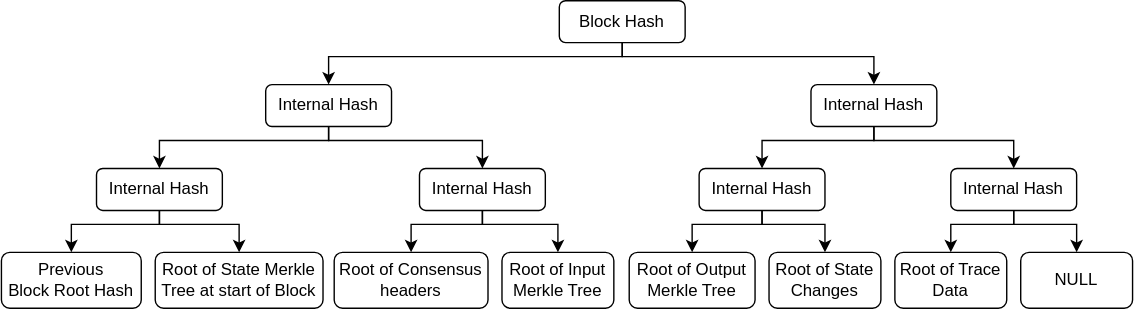
Above: assets/hip-1056/root-hashes.svg in hiero-ledger/hiero-improvement-proposals (draw.io), before the change. Source tidied: cells renumbered, new cells last; positions are measured from the earlier drawing's top-left corner, leaving out a move shared by most shapes.
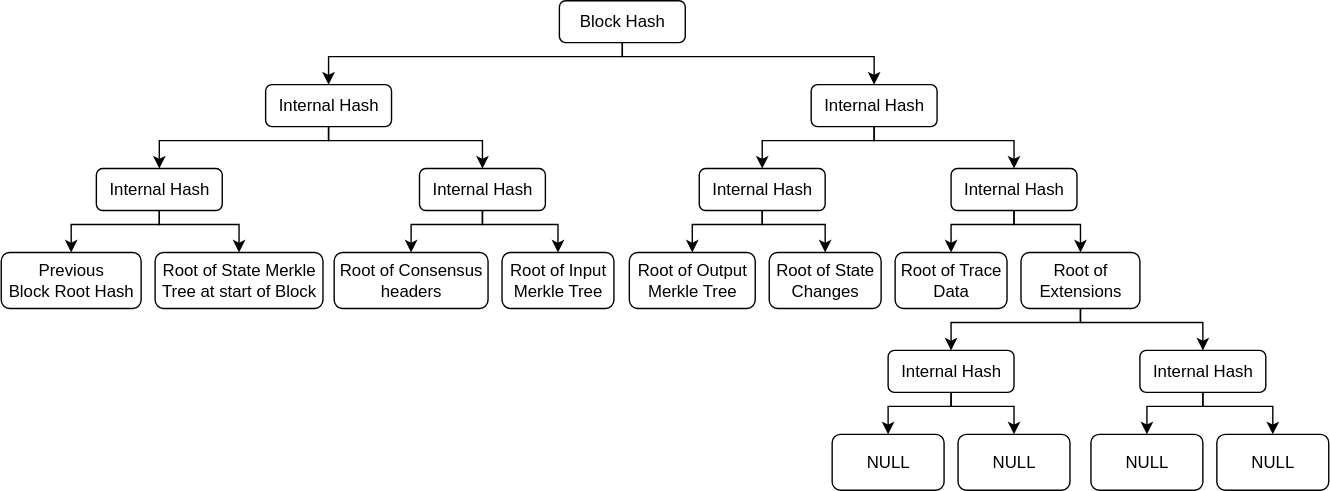
Above is the later version.

Change to the diagram source:
```diff
@@ -1,20 +1,20 @@
-<mxGraphModel>
+<mxGraphModel background="#ffffff">
   <root>
     <mxCell id="0" />
     <mxCell id="1" parent="0" />
-    <mxCell id="2" value="Previous &lt;br&gt;Block Root Hash" style="rounded=1;whiteSpace=wrap;html=1;" parent="1" vertex="1">
+    <mxCell id="2" value="Previous &lt;br&gt;Block Root Hash" style="rounded=1;whiteSpace=wrap;html=1;labelBackgroundColor=none;" parent="1" vertex="1">
       <mxGeometry y="180" width="100" height="40" as="geometry" />
     </mxCell>
-    <mxCell id="3" value="Root of State Merkle Tree at start of Block" style="rounded=1;whiteSpace=wrap;html=1;" parent="1" vertex="1">
+    <mxCell id="3" value="Root of State Merkle Tree at start of Block" style="rounded=1;whiteSpace=wrap;html=1;labelBackgroundColor=none;" parent="1" vertex="1">
       <mxGeometry x="110" y="180" width="120" height="40" as="geometry" />
     </mxCell>
-    <mxCell id="4" value="Root of Consensus headers" style="rounded=1;whiteSpace=wrap;html=1;" parent="1" vertex="1">
+    <mxCell id="4" value="Root of Consensus headers" style="rounded=1;whiteSpace=wrap;html=1;labelBackgroundColor=none;" parent="1" vertex="1">
       <mxGeometry x="238" y="180" width="110" height="40" as="geometry" />
     </mxCell>
-    <mxCell id="5" value="Root of Input Merkle Tree" style="rounded=1;whiteSpace=wrap;html=1;" parent="1" vertex="1">
+    <mxCell id="5" value="Root of Input Merkle Tree" style="rounded=1;whiteSpace=wrap;html=1;labelBackgroundColor=none;" parent="1" vertex="1">
       <mxGeometry x="358" y="180" width="80" height="40" as="geometry" />
     </mxCell>
-    <mxCell id="6" style="edgeStyle=orthogonalEdgeStyle;rounded=0;jettySize=auto;html=1;entryX=0.5;entryY=0;entryDx=0;entryDy=0;exitX=0.5;exitY=1;exitDx=0;exitDy=0;" parent="1" edge="1" source="8" target="2">
+    <mxCell id="6" style="edgeStyle=orthogonalEdgeStyle;rounded=0;jettySize=auto;html=1;entryX=0.5;entryY=0;entryDx=0;entryDy=0;exitX=0.5;exitY=1;exitDx=0;exitDy=0;labelBackgroundColor=none;fontColor=default;" parent="1" edge="1" source="8" target="2">
       <mxGeometry relative="1" as="geometry">
         <Array as="points">
           <mxPoint x="113" y="160" />
@@ -22,7 +22,7 @@
         </Array>
       </mxGeometry>
     </mxCell>
-    <mxCell id="7" style="edgeStyle=orthogonalEdgeStyle;rounded=0;jettySize=auto;html=1;entryX=0.5;entryY=0;entryDx=0;entryDy=0;exitX=0.5;exitY=1;exitDx=0;exitDy=0;" parent="1" edge="1" source="8" target="3">
+    <mxCell id="7" style="edgeStyle=orthogonalEdgeStyle;rounded=0;jettySize=auto;html=1;entryX=0.5;entryY=0;entryDx=0;entryDy=0;exitX=0.5;exitY=1;exitDx=0;exitDy=0;labelBackgroundColor=none;fontColor=default;" parent="1" edge="1" source="8" target="3">
       <mxGeometry relative="1" as="geometry">
         <Array as="points">
           <mxPoint x="113" y="160" />
@@ -30,10 +30,10 @@
         </Array>
       </mxGeometry>
     </mxCell>
-    <mxCell id="8" value="Internal Hash" style="rounded=1;whiteSpace=wrap;html=1;" parent="1" vertex="1">
+    <mxCell id="8" value="Internal Hash" style="rounded=1;whiteSpace=wrap;html=1;labelBackgroundColor=none;" parent="1" vertex="1">
       <mxGeometry x="68" y="120" width="90" height="30" as="geometry" />
     </mxCell>
-    <mxCell id="9" style="edgeStyle=orthogonalEdgeStyle;rounded=0;jettySize=auto;html=1;entryX=0.5;entryY=0;entryDx=0;entryDy=0;exitX=0.5;exitY=1;exitDx=0;exitDy=0;" parent="1" edge="1" source="11" target="4">
+    <mxCell id="9" style="edgeStyle=orthogonalEdgeStyle;rounded=0;jettySize=auto;html=1;entryX=0.5;entryY=0;entryDx=0;entryDy=0;exitX=0.5;exitY=1;exitDx=0;exitDy=0;labelBackgroundColor=none;fontColor=default;" parent="1" edge="1" source="11" target="4">
       <mxGeometry relative="1" as="geometry">
         <Array as="points">
           <mxPoint x="344" y="160" />
@@ -41,7 +41,7 @@
         </Array>
       </mxGeometry>
     </mxCell>
-    <mxCell id="10" style="edgeStyle=orthogonalEdgeStyle;rounded=0;jettySize=auto;html=1;entryX=0.5;entryY=0;entryDx=0;entryDy=0;" parent="1" edge="1" source="11" target="5">
+    <mxCell id="10" style="edgeStyle=orthogonalEdgeStyle;rounded=0;jettySize=auto;html=1;entryX=0.5;entryY=0;entryDx=0;entryDy=0;labelBackgroundColor=none;fontColor=default;" parent="1" edge="1" source="11" target="5">
       <mxGeometry relative="1" as="geometry">
         <Array as="points">
           <mxPoint x="344" y="160" />
@@ -49,22 +49,19 @@
         </Array>
       </mxGeometry>
     </mxCell>
-    <mxCell id="11" value="Internal Hash" style="rounded=1;whiteSpace=wrap;html=1;" parent="1" vertex="1">
+    <mxCell id="11" value="Internal Hash" style="rounded=1;whiteSpace=wrap;html=1;labelBackgroundColor=none;" parent="1" vertex="1">
       <mxGeometry x="299" y="120" width="90" height="30" as="geometry" />
     </mxCell>
-    <mxCell id="12" value="Root of Output Merkle Tree" style="rounded=1;whiteSpace=wrap;html=1;" parent="1" vertex="1">
+    <mxCell id="12" value="Root of Output Merkle Tree" style="rounded=1;whiteSpace=wrap;html=1;labelBackgroundColor=none;" parent="1" vertex="1">
       <mxGeometry x="449" y="180" width="90" height="40" as="geometry" />
     </mxCell>
-    <mxCell id="13" value="Root of State Changes" style="rounded=1;whiteSpace=wrap;html=1;" parent="1" vertex="1">
+    <mxCell id="13" value="Root of State Changes" style="rounded=1;whiteSpace=wrap;html=1;labelBackgroundColor=none;" parent="1" vertex="1">
       <mxGeometry x="549" y="180" width="80" height="40" as="geometry" />
     </mxCell>
-    <mxCell id="14" value="Root of Trace Data" style="rounded=1;whiteSpace=wrap;html=1;" parent="1" vertex="1">
+    <mxCell id="14" value="Root of Trace Data" style="rounded=1;whiteSpace=wrap;html=1;labelBackgroundColor=none;" parent="1" vertex="1">
       <mxGeometry x="639" y="180" width="80" height="40" as="geometry" />
     </mxCell>
-    <mxCell id="15" value="NULL" style="rounded=1;whiteSpace=wrap;html=1;" parent="1" vertex="1">
-      <mxGeometry x="729" y="180" width="80" height="40" as="geometry" />
-    </mxCell>
-    <mxCell id="16" style="edgeStyle=orthogonalEdgeStyle;rounded=0;jettySize=auto;html=1;entryX=0.5;entryY=0;entryDx=0;entryDy=0;" parent="1" edge="1" source="18" target="12">
+    <mxCell id="16" style="edgeStyle=orthogonalEdgeStyle;rounded=0;jettySize=auto;html=1;entryX=0.5;entryY=0;entryDx=0;entryDy=0;labelBackgroundColor=none;fontColor=default;" parent="1" edge="1" source="18" target="12">
       <mxGeometry relative="1" as="geometry">
         <Array as="points">
           <mxPoint x="544" y="160" />
@@ -72,7 +69,7 @@
         </Array>
       </mxGeometry>
     </mxCell>
-    <mxCell id="17" style="edgeStyle=orthogonalEdgeStyle;rounded=0;jettySize=auto;html=1;entryX=0.5;entryY=0;entryDx=0;entryDy=0;" parent="1" edge="1" source="18" target="13">
+    <mxCell id="17" style="edgeStyle=orthogonalEdgeStyle;rounded=0;jettySize=auto;html=1;entryX=0.5;entryY=0;entryDx=0;entryDy=0;labelBackgroundColor=none;fontColor=default;" parent="1" edge="1" source="18" target="13">
       <mxGeometry relative="1" as="geometry">
         <Array as="points">
           <mxPoint x="544" y="160" />
@@ -80,10 +77,10 @@
         </Array>
       </mxGeometry>
     </mxCell>
-    <mxCell id="18" value="Internal Hash" style="rounded=1;whiteSpace=wrap;html=1;" parent="1" vertex="1">
+    <mxCell id="18" value="Internal Hash" style="rounded=1;whiteSpace=wrap;html=1;labelBackgroundColor=none;" parent="1" vertex="1">
       <mxGeometry x="499" y="120" width="90" height="30" as="geometry" />
     </mxCell>
-    <mxCell id="19" style="edgeStyle=orthogonalEdgeStyle;rounded=0;jettySize=auto;html=1;entryX=0.5;entryY=0;entryDx=0;entryDy=0;" parent="1" edge="1" source="21" target="14">
+    <mxCell id="19" style="edgeStyle=orthogonalEdgeStyle;rounded=0;jettySize=auto;html=1;entryX=0.5;entryY=0;entryDx=0;entryDy=0;labelBackgroundColor=none;fontColor=default;" parent="1" edge="1" source="21" target="14">
       <mxGeometry relative="1" as="geometry">
         <Array as="points">
           <mxPoint x="724" y="160" />
@@ -91,18 +88,19 @@
         </Array>
       </mxGeometry>
     </mxCell>
-    <mxCell id="20" style="edgeStyle=orthogonalEdgeStyle;rounded=0;jettySize=auto;html=1;entryX=0.5;entryY=0;entryDx=0;entryDy=0;exitX=0.5;exitY=1;exitDx=0;exitDy=0;" parent="1" edge="1" source="21" target="15">
+    <mxCell id="20" style="edgeStyle=orthogonalEdgeStyle;rounded=0;jettySize=auto;html=1;entryX=0.5;entryY=0;entryDx=0;entryDy=0;exitX=0.5;exitY=1;exitDx=0;exitDy=0;labelBackgroundColor=none;fontColor=default;" parent="1" edge="1" source="21" target="39">
       <mxGeometry relative="1" as="geometry">
         <Array as="points">
           <mxPoint x="724" y="160" />
-          <mxPoint x="769" y="160" />
+          <mxPoint x="772" y="160" />
+          <mxPoint x="772" y="180" />
         </Array>
       </mxGeometry>
     </mxCell>
-    <mxCell id="21" value="Internal Hash" style="rounded=1;whiteSpace=wrap;html=1;" parent="1" vertex="1">
+    <mxCell id="21" value="Internal Hash" style="rounded=1;whiteSpace=wrap;html=1;labelBackgroundColor=none;" parent="1" vertex="1">
       <mxGeometry x="679" y="120" width="90" height="30" as="geometry" />
     </mxCell>
-    <mxCell id="22" style="edgeStyle=orthogonalEdgeStyle;rounded=0;jettySize=auto;html=1;entryX=0.5;entryY=0;entryDx=0;entryDy=0;" parent="1" edge="1" source="24" target="27">
+    <mxCell id="22" style="edgeStyle=orthogonalEdgeStyle;rounded=0;jettySize=auto;html=1;entryX=0.5;entryY=0;entryDx=0;entryDy=0;labelBackgroundColor=none;fontColor=default;" parent="1" edge="1" source="24" target="27">
       <mxGeometry relative="1" as="geometry">
         <Array as="points">
           <mxPoint x="444" y="40" />
@@ -110,7 +108,7 @@
         </Array>
       </mxGeometry>
     </mxCell>
-    <mxCell id="23" style="edgeStyle=orthogonalEdgeStyle;rounded=0;jettySize=auto;html=1;entryX=0.5;entryY=0;entryDx=0;entryDy=0;exitX=0.5;exitY=1;exitDx=0;exitDy=0;" parent="1" edge="1" source="24" target="30">
+    <mxCell id="23" style="edgeStyle=orthogonalEdgeStyle;rounded=0;jettySize=auto;html=1;entryX=0.5;entryY=0;entryDx=0;entryDy=0;exitX=0.5;exitY=1;exitDx=0;exitDy=0;labelBackgroundColor=none;fontColor=default;" parent="1" edge="1" source="24" target="30">
       <mxGeometry relative="1" as="geometry">
         <Array as="points">
           <mxPoint x="444" y="40" />
@@ -118,10 +116,10 @@
         </Array>
       </mxGeometry>
     </mxCell>
-    <mxCell id="24" value="Block Hash" style="rounded=1;whiteSpace=wrap;html=1;" parent="1" vertex="1">
+    <mxCell id="24" value="Block Hash" style="rounded=1;whiteSpace=wrap;html=1;labelBackgroundColor=none;" parent="1" vertex="1">
       <mxGeometry x="399" width="90" height="30" as="geometry" />
     </mxCell>
-    <mxCell id="25" style="edgeStyle=orthogonalEdgeStyle;rounded=0;jettySize=auto;html=1;exitX=0.5;exitY=1;exitDx=0;exitDy=0;entryX=0.5;entryY=0;entryDx=0;entryDy=0;" parent="1" edge="1" source="27" target="11">
+    <mxCell id="25" style="edgeStyle=orthogonalEdgeStyle;rounded=0;jettySize=auto;html=1;exitX=0.5;exitY=1;exitDx=0;exitDy=0;entryX=0.5;entryY=0;entryDx=0;entryDy=0;labelBackgroundColor=none;fontColor=default;" parent="1" edge="1" source="27" target="11">
       <mxGeometry relative="1" as="geometry">
         <Array as="points">
           <mxPoint x="234" y="100" />
@@ -129,7 +127,7 @@
         </Array>
       </mxGeometry>
     </mxCell>
-    <mxCell id="26" style="edgeStyle=orthogonalEdgeStyle;rounded=0;jettySize=auto;html=1;exitX=0.5;exitY=1;exitDx=0;exitDy=0;entryX=0.5;entryY=0;entryDx=0;entryDy=0;" parent="1" edge="1" source="27" target="8">
+    <mxCell id="26" style="edgeStyle=orthogonalEdgeStyle;rounded=0;jettySize=auto;html=1;exitX=0.5;exitY=1;exitDx=0;exitDy=0;entryX=0.5;entryY=0;entryDx=0;entryDy=0;labelBackgroundColor=none;fontColor=default;" parent="1" edge="1" source="27" target="8">
       <mxGeometry relative="1" as="geometry">
         <Array as="points">
           <mxPoint x="234" y="100" />
@@ -137,10 +135,10 @@
         </Array>
       </mxGeometry>
     </mxCell>
-    <mxCell id="27" value="Internal Hash" style="rounded=1;whiteSpace=wrap;html=1;" parent="1" vertex="1">
+    <mxCell id="27" value="Internal Hash" style="rounded=1;whiteSpace=wrap;html=1;labelBackgroundColor=none;" parent="1" vertex="1">
       <mxGeometry x="189" y="60" width="90" height="30" as="geometry" />
     </mxCell>
-    <mxCell id="28" style="edgeStyle=orthogonalEdgeStyle;rounded=0;jettySize=auto;html=1;exitX=0.5;exitY=1;exitDx=0;exitDy=0;entryX=0.5;entryY=0;entryDx=0;entryDy=0;" parent="1" edge="1" source="30" target="18">
+    <mxCell id="28" style="edgeStyle=orthogonalEdgeStyle;rounded=0;jettySize=auto;html=1;exitX=0.5;exitY=1;exitDx=0;exitDy=0;entryX=0.5;entryY=0;entryDx=0;entryDy=0;labelBackgroundColor=none;fontColor=default;" parent="1" edge="1" source="30" target="18">
       <mxGeometry relative="1" as="geometry">
         <Array as="points">
           <mxPoint x="624" y="100" />
@@ -148,7 +146,7 @@
         </Array>
       </mxGeometry>
     </mxCell>
-    <mxCell id="29" style="edgeStyle=orthogonalEdgeStyle;rounded=0;jettySize=auto;html=1;exitX=0.5;exitY=1;exitDx=0;exitDy=0;entryX=0.5;entryY=0;entryDx=0;entryDy=0;" parent="1" edge="1" source="30" target="21">
+    <mxCell id="29" style="edgeStyle=orthogonalEdgeStyle;rounded=0;jettySize=auto;html=1;exitX=0.5;exitY=1;exitDx=0;exitDy=0;entryX=0.5;entryY=0;entryDx=0;entryDy=0;labelBackgroundColor=none;fontColor=default;" parent="1" edge="1" source="30" target="21">
       <mxGeometry relative="1" as="geometry">
         <Array as="points">
           <mxPoint x="624" y="100" />
@@ -156,8 +154,77 @@
         </Array>
       </mxGeometry>
     </mxCell>
-    <mxCell id="30" value="Internal Hash" style="rounded=1;whiteSpace=wrap;html=1;" parent="1" vertex="1">
+    <mxCell id="30" value="Internal Hash" style="rounded=1;whiteSpace=wrap;html=1;labelBackgroundColor=none;" parent="1" vertex="1">
       <mxGeometry x="579" y="60" width="90" height="30" as="geometry" />
     </mxCell>
+    <mxCell id="31" style="edgeStyle=orthogonalEdgeStyle;rounded=0;jettySize=auto;html=1;entryX=0.5;entryY=0;entryDx=0;entryDy=0;exitX=0.5;exitY=1;exitDx=0;exitDy=0;exitPerimeter=0;labelBackgroundColor=none;fontColor=default;" parent="1" edge="1" source="33" target="40">
+      <mxGeometry relative="1" as="geometry">
+        <Array as="points">
+          <mxPoint x="679" y="290" />
+          <mxPoint x="634" y="290" />
+        </Array>
+      </mxGeometry>
+    </mxCell>
+    <mxCell id="32" style="edgeStyle=orthogonalEdgeStyle;rounded=0;jettySize=auto;html=1;entryX=0.5;entryY=0;entryDx=0;entryDy=0;exitX=0.5;exitY=1;exitDx=0;exitDy=0;labelBackgroundColor=none;fontColor=default;" parent="1" edge="1" source="33" target="41">
+      <mxGeometry relative="1" as="geometry">
+        <Array as="points">
+          <mxPoint x="679" y="290" />
+          <mxPoint x="724" y="290" />
+        </Array>
+      </mxGeometry>
+    </mxCell>
+    <mxCell id="33" value="Internal Hash" style="rounded=1;whiteSpace=wrap;html=1;labelBackgroundColor=none;" parent="1" vertex="1">
+      <mxGeometry x="634" y="250" width="90" height="30" as="geometry" />
+    </mxCell>
+    <mxCell id="34" style="edgeStyle=orthogonalEdgeStyle;rounded=0;jettySize=auto;html=1;entryX=0.5;entryY=0;entryDx=0;entryDy=0;labelBackgroundColor=none;fontColor=default;" parent="1" edge="1" source="36" target="42">
+      <mxGeometry relative="1" as="geometry">
+        <Array as="points">
+          <mxPoint x="859" y="290" />
+          <mxPoint x="819" y="290" />
+        </Array>
+      </mxGeometry>
+    </mxCell>
+    <mxCell id="35" style="edgeStyle=orthogonalEdgeStyle;rounded=0;jettySize=auto;html=1;entryX=0.5;entryY=0;entryDx=0;entryDy=0;exitX=0.5;exitY=1;exitDx=0;exitDy=0;labelBackgroundColor=none;fontColor=default;" parent="1" edge="1" source="36" target="43">
+      <mxGeometry relative="1" as="geometry">
+        <Array as="points">
+          <mxPoint x="859" y="290" />
+          <mxPoint x="909" y="290" />
+        </Array>
+      </mxGeometry>
+    </mxCell>
+    <mxCell id="36" value="Internal Hash" style="rounded=1;whiteSpace=wrap;html=1;labelBackgroundColor=none;" parent="1" vertex="1">
+      <mxGeometry x="814" y="250" width="90" height="30" as="geometry" />
+    </mxCell>
+    <mxCell id="37" style="edgeStyle=orthogonalEdgeStyle;rounded=0;jettySize=auto;html=1;exitX=0.5;exitY=1;exitDx=0;exitDy=0;entryX=0.5;entryY=0;entryDx=0;entryDy=0;labelBackgroundColor=none;fontColor=default;" parent="1" edge="1" source="39" target="33">
+      <mxGeometry relative="1" as="geometry">
+        <Array as="points">
+          <mxPoint x="772" y="230" />
+          <mxPoint x="679" y="230" />
+        </Array>
+      </mxGeometry>
+    </mxCell>
+    <mxCell id="38" style="edgeStyle=orthogonalEdgeStyle;rounded=0;jettySize=auto;html=1;exitX=0.5;exitY=1;exitDx=0;exitDy=0;entryX=0.5;entryY=0;entryDx=0;entryDy=0;labelBackgroundColor=none;fontColor=default;" parent="1" edge="1" source="39" target="36">
+      <mxGeometry relative="1" as="geometry">
+        <Array as="points">
+          <mxPoint x="772" y="230" />
+          <mxPoint x="859" y="230" />
+        </Array>
+      </mxGeometry>
+    </mxCell>
+    <mxCell id="39" value="Root of Extensions" style="rounded=1;whiteSpace=wrap;html=1;labelBackgroundColor=none;" parent="1" vertex="1">
+      <mxGeometry x="729" y="180" width="85" height="40" as="geometry" />
+    </mxCell>
+    <mxCell id="40" value="&lt;div&gt;NULL&lt;/div&gt;" style="rounded=1;whiteSpace=wrap;html=1;labelBackgroundColor=none;" parent="1" vertex="1">
+      <mxGeometry x="594" y="310" width="80" height="40" as="geometry" />
+    </mxCell>
+    <mxCell id="41" value="NULL" style="rounded=1;whiteSpace=wrap;html=1;labelBackgroundColor=none;" parent="1" vertex="1">
+      <mxGeometry x="684" y="310" width="80" height="40" as="geometry" />
+    </mxCell>
+    <mxCell id="42" value="NULL" style="rounded=1;whiteSpace=wrap;html=1;labelBackgroundColor=none;" parent="1" vertex="1">
+      <mxGeometry x="779" y="310" width="80" height="40" as="geometry" />
+    </mxCell>
+    <mxCell id="43" value="NULL" style="rounded=1;whiteSpace=wrap;html=1;labelBackgroundColor=none;" parent="1" vertex="1">
+      <mxGeometry x="869" y="310" width="80" height="40" as="geometry" />
+    </mxCell>
   </root>
 </mxGraphModel>
```
